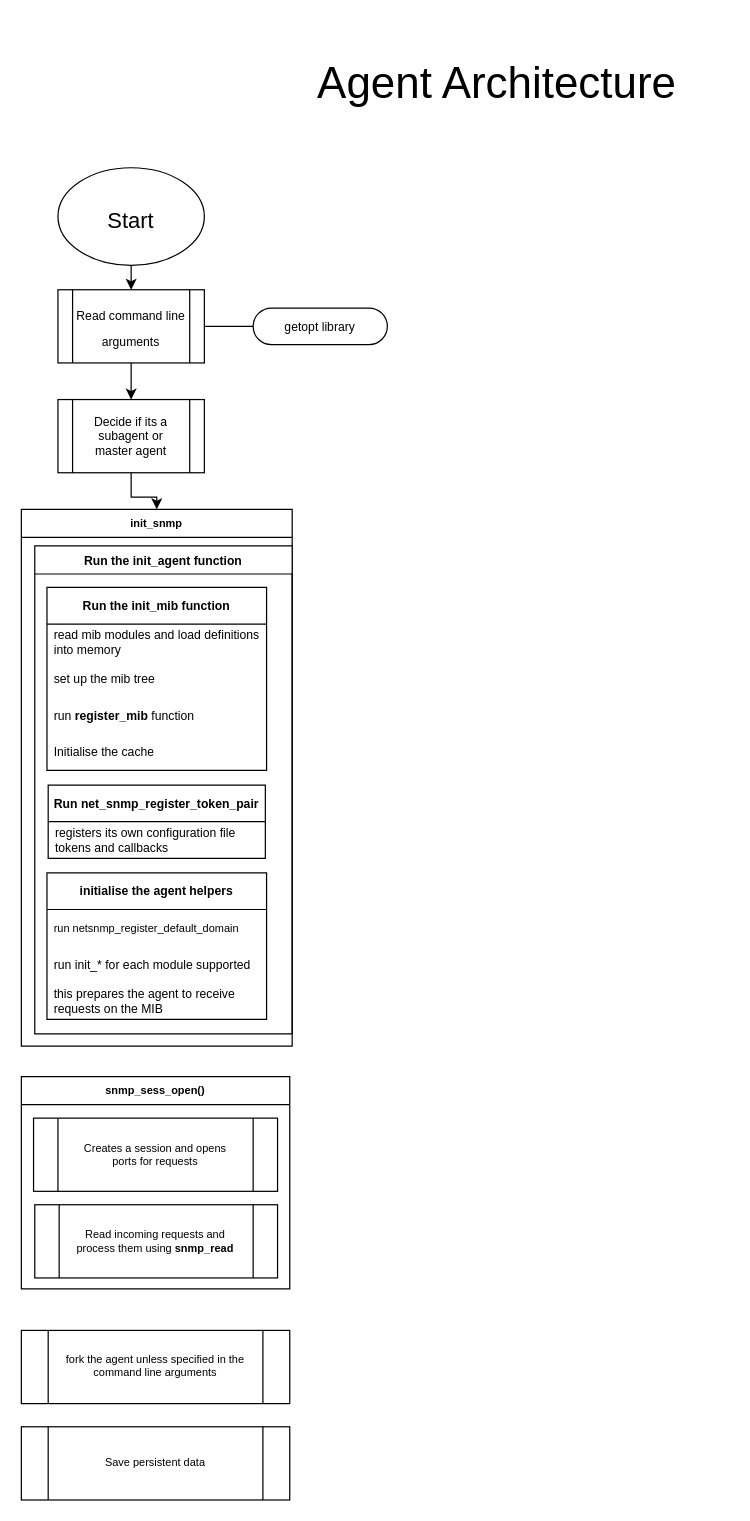
Above: Basic_Agent_workflow.drawio in Malab12/SNMP_Primer (draw.io), before the change. Source tidied: cells renumbered, new cells numbered last; positions are measured from the earlier drawing's top-left corner, leaving out a move shared by most shapes. Both pictures are drawn from the tidied source at 122%, with x=0, y=0 at pixel (21, 21).
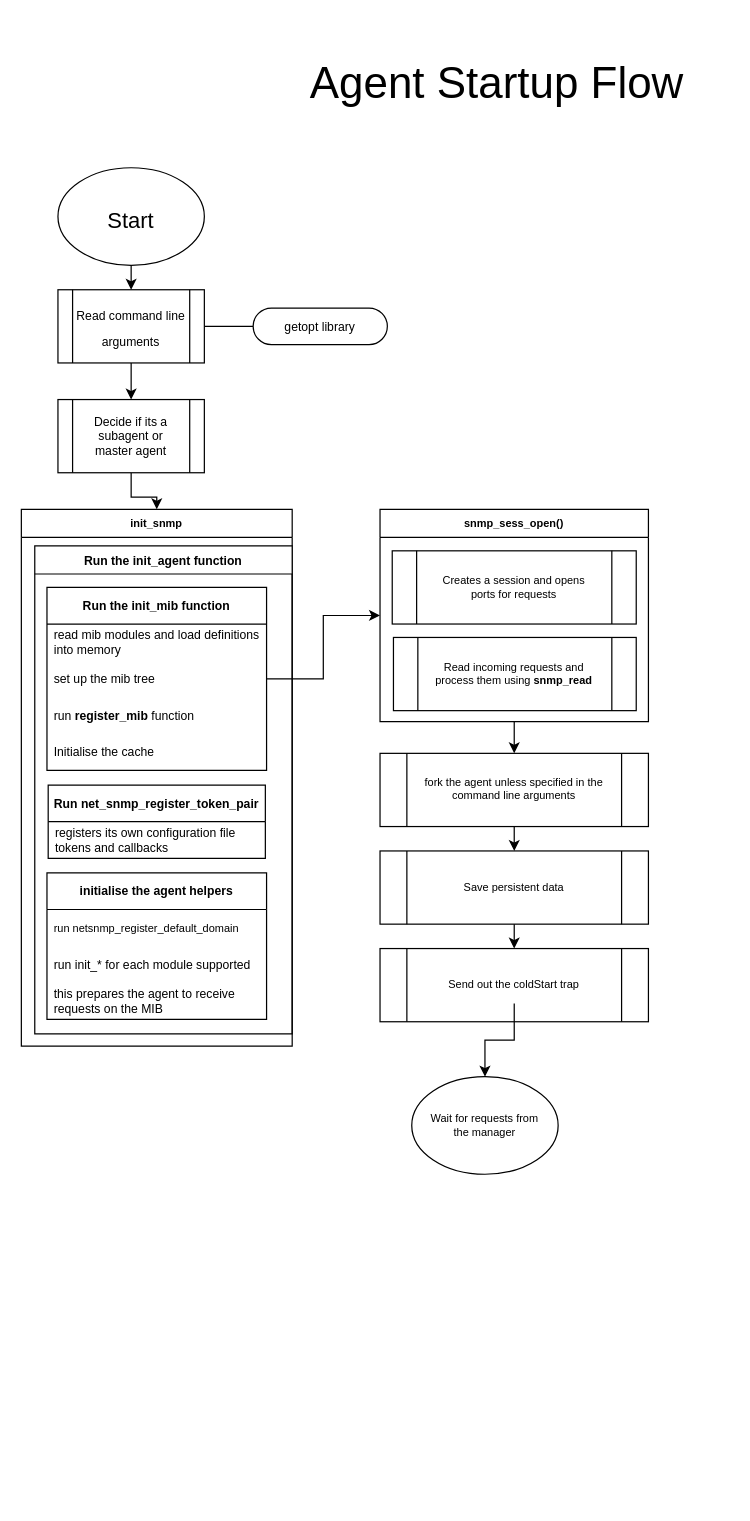
The same diagram, later.

Unchanged cells that the change refers to:
```xml
<mxCell id="20" value="set up the mib tree" style="text;strokeColor=none;fillColor=none;align=left;verticalAlign=middle;spacingLeft=4;spacingRight=4;overflow=hidden;points=[[0,0.5],[1,0.5]];portConstraint=eastwest;whiteSpace=wrap;html=1;fontSize=10;" parent="18" vertex="1">
  <mxGeometry y="60" width="180" height="30" as="geometry" />
</mxCell>
<mxCell id="35" style="shape=process;whiteSpace=wrap;html=1;backgroundOutline=1;fontSize=9;" parent="34" vertex="1">
  <mxGeometry width="220" height="60" as="geometry" />
</mxCell>
<mxCell id="38" style="shape=process;whiteSpace=wrap;html=1;backgroundOutline=1;fontSize=9;" parent="37" vertex="1">
  <mxGeometry width="220" height="60" as="geometry" />
</mxCell>
```

The edit, as a diff of the source:
```diff
@@
-    <mxCell id="4" value="&lt;font style=&quot;font-size: 36px;&quot;&gt;Agent Architecture&lt;/font&gt;" style="text;html=1;strokeColor=none;fillColor=none;align=center;verticalAlign=middle;whiteSpace=wrap;rounded=0;" parent="1" vertex="1">
+    <mxCell id="4" value="&lt;font style=&quot;font-size: 36px;&quot;&gt;Agent Startup Flow&lt;/font&gt;" style="text;html=1;strokeColor=none;fillColor=none;align=center;verticalAlign=middle;whiteSpace=wrap;rounded=0;" parent="1" vertex="1">
       <mxGeometry x="200" width="380" height="100" as="geometry" />
     </mxCell>
@@
+    <mxCell id="40" style="edgeStyle=orthogonalEdgeStyle;rounded=0;jettySize=auto;html=1;exitX=0.5;exitY=1;exitDx=0;exitDy=0;fontSize=9;" parent="1" edge="1" source="29">
+      <mxGeometry relative="1" as="geometry">
+        <mxPoint x="404" y="600" as="targetPoint" />
+      </mxGeometry>
+    </mxCell>
     <mxCell id="29" value="snmp_sess_open()" style="swimlane;whiteSpace=wrap;html=1;fontSize=9;" parent="1" vertex="1">
-      <mxGeometry y="865" width="220" height="174" as="geometry" />
+      <mxGeometry x="294" y="400" width="220" height="174" as="geometry" />
     </mxCell>
@@
     <mxCell id="34" style="group;" parent="1" vertex="1">
-      <mxGeometry y="1073" width="220" height="60" as="geometry" />
+      <mxGeometry x="294" y="600" width="220" height="60" as="geometry" />
     </mxCell>
@@
     <mxCell id="37" style="group;" parent="1" vertex="1">
-      <mxGeometry y="1152" width="220" height="60" as="geometry" />
+      <mxGeometry x="294" y="680" width="220" height="60" as="geometry" />
     </mxCell>
@@
+    <mxCell id="41" style="ellipse;whiteSpace=wrap;html=1;fontSize=9;" parent="1" vertex="1">
+      <mxGeometry x="320" y="865" width="120" height="80" as="geometry" />
+    </mxCell>
+    <mxCell id="42" value="Wait for requests from the manager" style="text;html=1;strokeColor=none;fillColor=none;align=center;verticalAlign=middle;whiteSpace=wrap;rounded=0;fontSize=9;" parent="1" vertex="1">
+      <mxGeometry x="330" y="890" width="100" height="30" as="geometry" />
+    </mxCell>
+    <mxCell id="43" style="edgeStyle=orthogonalEdgeStyle;rounded=0;jettySize=auto;html=1;entryX=0;entryY=0.5;entryDx=0;entryDy=0;fontSize=9;" parent="1" edge="1" source="20" target="29">
+      <mxGeometry relative="1" as="geometry" />
+    </mxCell>
+    <mxCell id="44" style="edgeStyle=orthogonalEdgeStyle;rounded=0;jettySize=auto;html=1;exitX=0.5;exitY=1;exitDx=0;exitDy=0;fontSize=9;" parent="1" edge="1" source="35">
+      <mxGeometry relative="1" as="geometry">
+        <mxPoint x="404" y="680" as="targetPoint" />
+      </mxGeometry>
+    </mxCell>
+    <mxCell id="45" style="group;" parent="1" vertex="1">
+      <mxGeometry x="294" y="760" width="220" height="60" as="geometry" />
+    </mxCell>
+    <mxCell id="46" style="shape=process;whiteSpace=wrap;html=1;backgroundOutline=1;fontSize=9;" parent="45" vertex="1">
+      <mxGeometry width="220" height="60" as="geometry" />
+    </mxCell>
+    <mxCell id="47" value="Send out the coldStart trap" style="text;html=1;strokeColor=none;fillColor=none;align=center;verticalAlign=middle;whiteSpace=wrap;rounded=0;fontSize=9;" parent="45" vertex="1">
+      <mxGeometry x="30" y="15" width="160" height="30" as="geometry" />
+    </mxCell>
+    <mxCell id="48" style="edgeStyle=orthogonalEdgeStyle;rounded=0;jettySize=auto;html=1;exitX=0.5;exitY=1;exitDx=0;exitDy=0;fontSize=9;" parent="1" edge="1" source="38">
+      <mxGeometry relative="1" as="geometry">
+        <mxPoint x="404" y="760" as="targetPoint" />
+      </mxGeometry>
+    </mxCell>
+    <mxCell id="49" style="edgeStyle=orthogonalEdgeStyle;rounded=0;jettySize=auto;html=1;entryX=0.5;entryY=0;entryDx=0;entryDy=0;fontSize=9;" parent="1" edge="1" source="47" target="41">
+      <mxGeometry relative="1" as="geometry" />
+    </mxCell>
```
